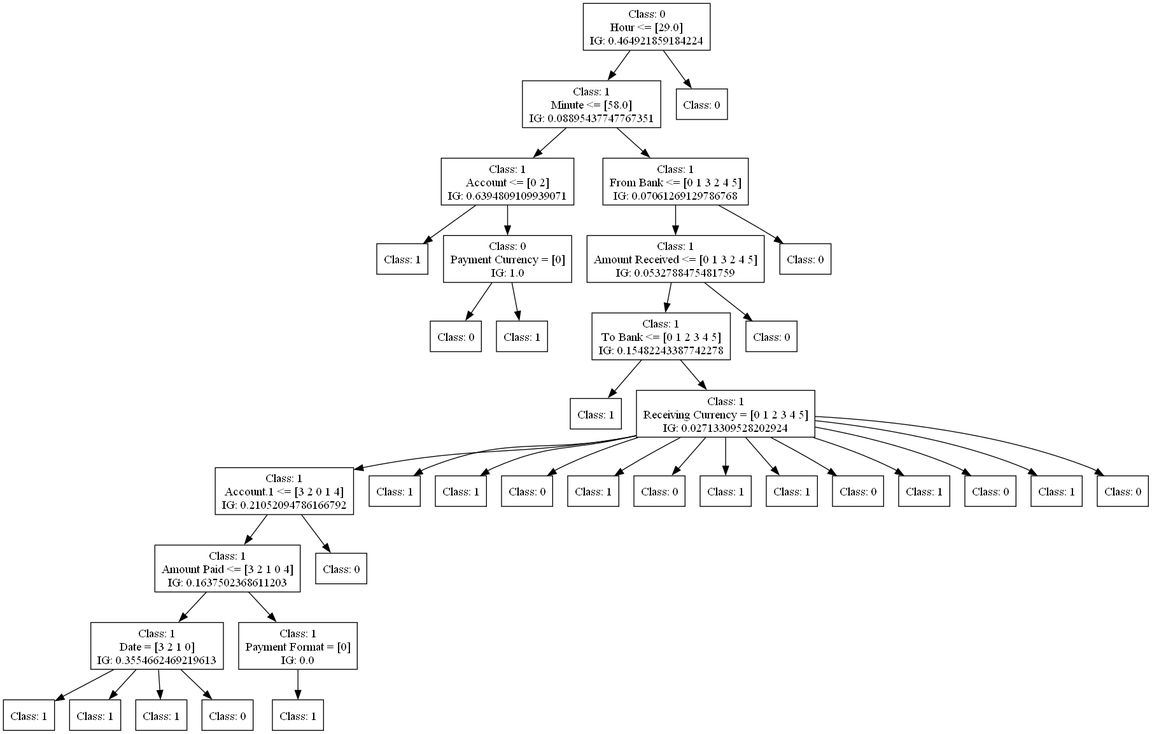
This is dot_figs/tree-c45-wo_preprocessing.png from FedericoBruzzone/anti-money-laundering, a Graphviz export, as it was before one commit. Its source is kept beside it as dot_figs/tree-c45-wo_preprocessing.dot. Its diagram source:
```dot
digraph DecisionTree {
	rankdir=TD;
	node [shape=box];
	1814007350320 [label="Class: 0
Hour <= [29.0]
IG: 0.464921859184224"];
	1812574096448 [label="Class: 1
Minute <= [58.0]
IG: 0.08895437747767351"];
	1814007350320 -> 1812574096448;
	1812574103696 [label="Class: 1
Account <= [0 2]
IG: 0.6394809109939071"];
	1812574096448 -> 1812574103696;
	1812574107248 [label="Class: 1
"];
	1812574103696 -> 1812574107248;
	1812574107680 [label="Class: 0
Payment Currency = [0]
IG: 1.0"];
	1812574103696 -> 1812574107680;
	1812574108928 [label="Class: 0
"];
	1812574107680 -> 1812574108928;
	1812574109408 [label="Class: 1
"];
	1812574107680 -> 1812574109408;
	1812574104128 [label="Class: 1
From Bank <= [0 1 3 2 4 5]
IG: 0.07061269129786768"];
	1812574096448 -> 1812574104128;
	1812722750736 [label="Class: 1
Amount Received <= [0 1 3 2 4 5]
IG: 0.0532788475481759"];
	1812574104128 -> 1812722750736;
	1812722755536 [label="Class: 1
To Bank <= [0 1 2 3 4 5]
IG: 0.15482243387742278"];
	1812722750736 -> 1812722755536;
	1812722760000 [label="Class: 1
"];
	1812722755536 -> 1812722760000;
	1812722760432 [label="Class: 1
Receiving Currency = [0 1 2 3 4 5]
IG: 0.02713309528202924"];
	1812722755536 -> 1812722760432;
	1812722813248 [label="Class: 1
Account.1 <= [3 2 0 1 4]
IG: 0.21052094786166792"];
	1812722760432 -> 1812722813248;
	1812722817232 [label="Class: 1
Amount Paid <= [3 2 1 0 4]
IG: 0.1637502368611203"];
	1812722813248 -> 1812722817232;
	1812722819104 [label="Class: 1
Date = [3 2 1 0]
IG: 0.3554662469219613"];
	1812722817232 -> 1812722819104;
	1812722821120 [label="Class: 1
"];
	1812722819104 -> 1812722821120;
	1812722820544 [label="Class: 1
"];
	1812722819104 -> 1812722820544;
	1812722820304 [label="Class: 1
"];
	1812722819104 -> 1812722820304;
	1812722818336 [label="Class: 0
"];
	1812722819104 -> 1812722818336;
	1812722819536 [label="Class: 1
Payment Format = [0]
IG: 0.0"];
	1812722817232 -> 1812722819536;
	1812722821696 [label="Class: 1
"];
	1812722819536 -> 1812722821696;
	1812722817664 [label="Class: 0
"];
	1812722813248 -> 1812722817664;
	1812722813920 [label="Class: 1
"];
	1812722760432 -> 1812722813920;
	1812722811424 [label="Class: 1
"];
	1812722760432 -> 1812722811424;
	1812722813440 [label="Class: 0
"];
	1812722760432 -> 1812722813440;
	1812722812768 [label="Class: 1
"];
	1812722760432 -> 1812722812768;
	1812722813008 [label="Class: 0
"];
	1812722760432 -> 1812722813008;
	1812722813152 [label="Class: 1
"];
	1812722760432 -> 1812722813152;
	1812722813632 [label="Class: 1
"];
	1812722760432 -> 1812722813632;
	1812722813584 [label="Class: 0
"];
	1812722760432 -> 1812722813584;
	1812722814064 [label="Class: 1
"];
	1812722760432 -> 1812722814064;
	1812722814208 [label="Class: 0
"];
	1812722760432 -> 1812722814208;
	1812722814352 [label="Class: 1
"];
	1812722760432 -> 1812722814352;
	1812722814496 [label="Class: 0
"];
	1812722760432 -> 1812722814496;
	1812722755968 [label="Class: 0
"];
	1812722750736 -> 1812722755968;
	1812722751168 [label="Class: 0
"];
	1812574104128 -> 1812722751168;
	1812574096880 [label="Class: 0
"];
	1814007350320 -> 1812574096880;
}
```
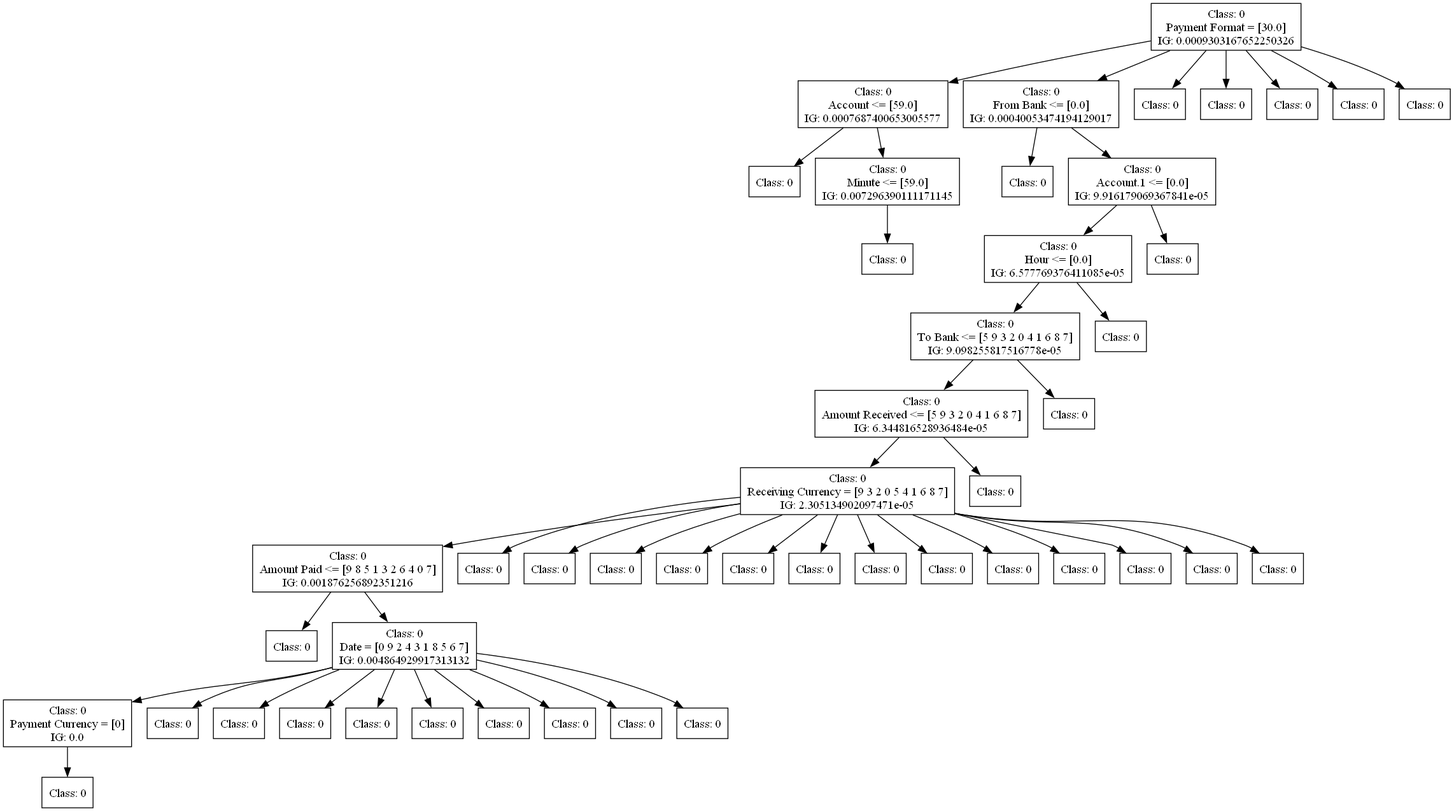
Later version of the same file.

The edit, as a diff of the source:
```diff
@@ -1,126 +1,159 @@
 digraph DecisionTree {
 	rankdir=TD;
 	node [shape=box];
-	1814007350320 [label="Class: 0
-Hour <= [29.0]
-IG: 0.464921859184224"];
-	1812574096448 [label="Class: 1
-Minute <= [58.0]
-IG: 0.08895437747767351"];
-	1814007350320 -> 1812574096448;
-	1812574103696 [label="Class: 1
-Account <= [0 2]
-IG: 0.6394809109939071"];
-	1812574096448 -> 1812574103696;
-	1812574107248 [label="Class: 1
+	2506859441616 [label="Class: 0
+Payment Format = [30.0]
+IG: 0.0009303167652250326"];
+	2509816058720 [label="Class: 0
+Account <= [59.0]
+IG: 0.0007687400653005577"];
+	2506859441616 -> 2509816058720;
+	2509816067408 [label="Class: 0
 "];
-	1812574103696 -> 1812574107248;
-	1812574107680 [label="Class: 0
+	2509816058720 -> 2509816067408;
+	2509816067840 [label="Class: 0
+Minute <= [59.0]
+IG: 0.007296390111171145"];
+	2509816058720 -> 2509816067840;
+	2509816992848 [label="Class: 0
+"];
+	2509816067840 -> 2509816992848;
+	2509816059056 [label="Class: 0
+From Bank <= [0.0]
+IG: 0.00040053474194129017"];
+	2506859441616 -> 2509816059056;
+	2509817000528 [label="Class: 0
+"];
+	2509816059056 -> 2509817000528;
+	2509817000960 [label="Class: 0
+Account.1 <= [0.0]
+IG: 9.916179069367841e-05"];
+	2509816059056 -> 2509817000960;
+	2509932843008 [label="Class: 0
+Hour <= [0.0]
+IG: 6.577769376411085e-05"];
+	2509817000960 -> 2509932843008;
+	2509932850304 [label="Class: 0
+To Bank <= [5 9 3 2 0 4 1 6 8 7]
+IG: 9.098255817516778e-05"];
+	2509932843008 -> 2509932850304;
+	2506850167312 [label="Class: 0
+Amount Received <= [5 9 3 2 0 4 1 6 8 7]
+IG: 6.344816528936484e-05"];
+	2509932850304 -> 2506850167312;
+	2506859585616 [label="Class: 0
+Receiving Currency = [9 3 2 0 5 4 1 6 8 7]
+IG: 2.305134902097471e-05"];
+	2506850167312 -> 2506859585616;
+	2509816064000 [label="Class: 0
+Amount Paid <= [9 8 5 1 3 2 6 4 0 7]
+IG: 0.001876256892351216"];
+	2506859585616 -> 2509816064000;
+	2509816066208 [label="Class: 0
+"];
+	2509816064000 -> 2509816066208;
+	2509816070000 [label="Class: 0
+Date = [0 9 2 4 3 1 8 5 6 7]
+IG: 0.004864929917313132"];
+	2509816064000 -> 2509816070000;
+	2509816067024 [label="Class: 0
 Payment Currency = [0]
-IG: 1.0"];
-	1812574103696 -> 1812574107680;
-	1812574108928 [label="Class: 0
+IG: 0.0"];
+	2509816070000 -> 2509816067024;
+	2509816065680 [label="Class: 0
 "];
-	1812574107680 -> 1812574108928;
-	1812574109408 [label="Class: 1
+	2509816067024 -> 2509816065680;
+	2509816066160 [label="Class: 0
 "];
-	1812574107680 -> 1812574109408;
-	1812574104128 [label="Class: 1
-From Bank <= [0 1 3 2 4 5]
-IG: 0.07061269129786768"];
-	1812574096448 -> 1812574104128;
-	1812722750736 [label="Class: 1
-Amount Received <= [0 1 3 2 4 5]
-IG: 0.0532788475481759"];
-	1812574104128 -> 1812722750736;
-	1812722755536 [label="Class: 1
-To Bank <= [0 1 2 3 4 5]
-IG: 0.15482243387742278"];
-	1812722750736 -> 1812722755536;
-	1812722760000 [label="Class: 1
+	2509816070000 -> 2509816066160;
+	2509816069520 [label="Class: 0
 "];
-	1812722755536 -> 1812722760000;
-	1812722760432 [label="Class: 1
-Receiving Currency = [0 1 2 3 4 5]
-IG: 0.02713309528202924"];
-	1812722755536 -> 1812722760432;
-	1812722813248 [label="Class: 1
-Account.1 <= [3 2 0 1 4]
-IG: 0.21052094786166792"];
-	1812722760432 -> 1812722813248;
-	1812722817232 [label="Class: 1
-Amount Paid <= [3 2 1 0 4]
-IG: 0.1637502368611203"];
-	1812722813248 -> 1812722817232;
-	1812722819104 [label="Class: 1
-Date = [3 2 1 0]
-IG: 0.3554662469219613"];
-	1812722817232 -> 1812722819104;
-	1812722821120 [label="Class: 1
+	2509816070000 -> 2509816069520;
+	2509816068032 [label="Class: 0
 "];
-	1812722819104 -> 1812722821120;
-	1812722820544 [label="Class: 1
+	2509816070000 -> 2509816068032;
+	2509816064624 [label="Class: 0
 "];
-	1812722819104 -> 1812722820544;
-	1812722820304 [label="Class: 1
+	2509816070000 -> 2509816064624;
+	2509816069808 [label="Class: 0
 "];
-	1812722819104 -> 1812722820304;
-	1812722818336 [label="Class: 0
+	2509816070000 -> 2509816069808;
+	2509816063712 [label="Class: 0
 "];
-	1812722819104 -> 1812722818336;
-	1812722819536 [label="Class: 1
-Payment Format = [0]
-IG: 0.0"];
-	1812722817232 -> 1812722819536;
-	1812722821696 [label="Class: 1
+	2509816070000 -> 2509816063712;
+	2509816065056 [label="Class: 0
 "];
-	1812722819536 -> 1812722821696;
-	1812722817664 [label="Class: 0
+	2509816070000 -> 2509816065056;
+	2509816066304 [label="Class: 0
 "];
-	1812722813248 -> 1812722817664;
-	1812722813920 [label="Class: 1
+	2509816070000 -> 2509816066304;
+	2509816069856 [label="Class: 0
 "];
-	1812722760432 -> 1812722813920;
-	1812722811424 [label="Class: 1
+	2509816070000 -> 2509816069856;
+	2509816064672 [label="Class: 0
 "];
-	1812722760432 -> 1812722811424;
-	1812722813440 [label="Class: 0
+	2506859585616 -> 2509816064672;
+	2509816061792 [label="Class: 0
 "];
-	1812722760432 -> 1812722813440;
-	1812722812768 [label="Class: 1
+	2506859585616 -> 2509816061792;
+	2509816059104 [label="Class: 0
 "];
-	1812722760432 -> 1812722812768;
-	1812722813008 [label="Class: 0
+	2506859585616 -> 2509816059104;
+	2509816064432 [label="Class: 0
 "];
-	1812722760432 -> 1812722813008;
-	1812722813152 [label="Class: 1
+	2506859585616 -> 2509816064432;
+	2509816063760 [label="Class: 0
 "];
-	1812722760432 -> 1812722813152;
-	1812722813632 [label="Class: 1
+	2506859585616 -> 2509816063760;
+	2509816059296 [label="Class: 0
 "];
-	1812722760432 -> 1812722813632;
-	1812722813584 [label="Class: 0
+	2506859585616 -> 2509816059296;
+	2509816063616 [label="Class: 0
 "];
-	1812722760432 -> 1812722813584;
-	1812722814064 [label="Class: 1
+	2506859585616 -> 2509816063616;
+	2509816065440 [label="Class: 0
 "];
-	1812722760432 -> 1812722814064;
-	1812722814208 [label="Class: 0
+	2506859585616 -> 2509816065440;
+	2509816065584 [label="Class: 0
 "];
-	1812722760432 -> 1812722814208;
-	1812722814352 [label="Class: 1
+	2506859585616 -> 2509816065584;
+	2509816066016 [label="Class: 0
 "];
-	1812722760432 -> 1812722814352;
-	1812722814496 [label="Class: 0
+	2506859585616 -> 2509816066016;
+	2509816063904 [label="Class: 0
 "];
-	1812722760432 -> 1812722814496;
-	1812722755968 [label="Class: 0
+	2506859585616 -> 2509816063904;
+	2509816065392 [label="Class: 0
 "];
-	1812722750736 -> 1812722755968;
-	1812722751168 [label="Class: 0
+	2506859585616 -> 2509816065392;
+	2509816061504 [label="Class: 0
 "];
-	1812574104128 -> 1812722751168;
-	1812574096880 [label="Class: 0
+	2506859585616 -> 2509816061504;
+	2509816056560 [label="Class: 0
 "];
-	1814007350320 -> 1812574096880;
+	2506850167312 -> 2509816056560;
+	2506302258144 [label="Class: 0
+"];
+	2509932850304 -> 2506302258144;
+	2509932850736 [label="Class: 0
+"];
+	2509932843008 -> 2509932850736;
+	2509932843440 [label="Class: 0
+"];
+	2509817000960 -> 2509932843440;
+	2509816057760 [label="Class: 0
+"];
+	2506859441616 -> 2509816057760;
+	2509816058528 [label="Class: 0
+"];
+	2506859441616 -> 2509816058528;
+	2509816057856 [label="Class: 0
+"];
+	2506859441616 -> 2509816057856;
+	2509816058096 [label="Class: 0
+"];
+	2506859441616 -> 2509816058096;
+	2509816058240 [label="Class: 0
+"];
+	2506859441616 -> 2509816058240;
 }
```
